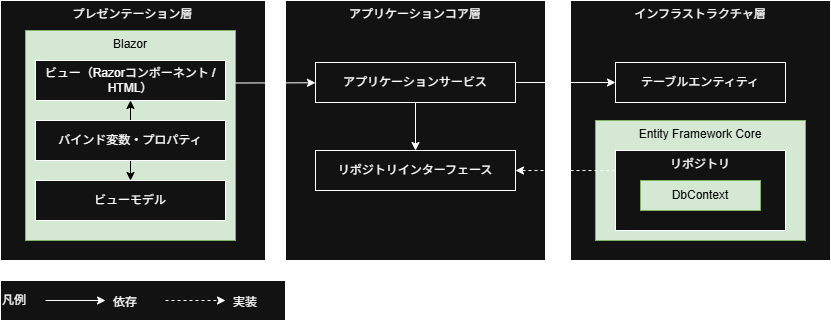
The draw.io diagram documents/contents/images/app-architecture/server-side-rendering/ssr-architecture-dark.png in AlesInfiny/maris, before a commit. Source tidied: cells renumbered, new cells last; positions are measured from the earlier drawing's top-left corner, leaving out a move shared by most shapes. Source of this version:
```xml
<mxGraphModel>
  <root>
    <mxCell id="0" />
    <mxCell id="1" parent="0" />
    <mxCell id="2" value="インフラストラクチャ層" style="rounded=0;whiteSpace=wrap;html=1;verticalAlign=top;" parent="1" vertex="1">
      <mxGeometry x="570" width="260" height="260" as="geometry" />
    </mxCell>
    <mxCell id="3" value="Entity Framework Core" style="rounded=0;whiteSpace=wrap;html=1;verticalAlign=top;fillColor=#d5e8d4;strokeColor=#82b366;fontColor=#000000;" parent="1" vertex="1">
      <mxGeometry x="595" y="120" width="210" height="120" as="geometry" />
    </mxCell>
    <mxCell id="4" value="プレゼンテーション層" style="rounded=0;whiteSpace=wrap;html=1;verticalAlign=top;" parent="1" vertex="1">
      <mxGeometry width="265" height="260" as="geometry" />
    </mxCell>
    <mxCell id="5" value="Blazor" style="rounded=0;whiteSpace=wrap;html=1;verticalAlign=top;fillColor=#d5e8d4;strokeColor=#82b366;fontColor=#000000;" parent="1" vertex="1">
      <mxGeometry x="25" y="30" width="210" height="210" as="geometry" />
    </mxCell>
    <mxCell id="6" value="ビュー（Razorコンポーネント / HTML）" style="rounded=0;whiteSpace=wrap;html=1;" parent="1" vertex="1">
      <mxGeometry x="35" y="60" width="190" height="40" as="geometry" />
    </mxCell>
    <mxCell id="7" style="edgeStyle=none;html=1;exitX=0.5;exitY=0;exitDx=0;exitDy=0;entryX=0.5;entryY=1;entryDx=0;entryDy=0;strokeColor=#000000;" parent="1" edge="1" source="9" target="6">
      <mxGeometry relative="1" as="geometry" />
    </mxCell>
    <mxCell id="8" style="edgeStyle=none;html=1;exitX=0.5;exitY=1;exitDx=0;exitDy=0;entryX=0.5;entryY=0;entryDx=0;entryDy=0;strokeColor=#000000;" parent="1" edge="1" source="9" target="10">
      <mxGeometry relative="1" as="geometry" />
    </mxCell>
    <mxCell id="9" value="バインド変数・プロパティ" style="rounded=0;whiteSpace=wrap;html=1;" parent="1" vertex="1">
      <mxGeometry x="35" y="120" width="190" height="40" as="geometry" />
    </mxCell>
    <mxCell id="10" value="ビューモデル" style="rounded=0;whiteSpace=wrap;html=1;" parent="1" vertex="1">
      <mxGeometry x="35" y="180" width="190" height="40" as="geometry" />
    </mxCell>
    <mxCell id="11" value="アプリケーションコア層" style="rounded=0;whiteSpace=wrap;html=1;verticalAlign=top;" parent="1" vertex="1">
      <mxGeometry x="285" width="260" height="260" as="geometry" />
    </mxCell>
    <mxCell id="12" style="edgeStyle=none;html=1;" parent="1" edge="1" source="14" target="15">
      <mxGeometry relative="1" as="geometry" />
    </mxCell>
    <mxCell id="13" style="edgeStyle=none;html=1;exitX=1;exitY=0.5;exitDx=0;exitDy=0;" parent="1" edge="1" source="14" target="16">
      <mxGeometry relative="1" as="geometry" />
    </mxCell>
    <mxCell id="14" value="アプリケーションサービス" style="rounded=0;whiteSpace=wrap;html=1;" parent="1" vertex="1">
      <mxGeometry x="315" y="62" width="200" height="40" as="geometry" />
    </mxCell>
    <mxCell id="15" value="リポジトリインターフェース" style="rounded=0;whiteSpace=wrap;html=1;" parent="1" vertex="1">
      <mxGeometry x="315" y="150" width="200" height="40" as="geometry" />
    </mxCell>
    <mxCell id="16" value="テーブルエンティティ" style="rounded=0;whiteSpace=wrap;html=1;" parent="1" vertex="1">
      <mxGeometry x="615" y="62" width="170" height="40" as="geometry" />
    </mxCell>
    <mxCell id="17" style="edgeStyle=none;html=1;exitX=0;exitY=0.25;exitDx=0;exitDy=0;entryX=1;entryY=0.5;entryDx=0;entryDy=0;dashed=1;" parent="1" edge="1" source="18" target="15">
      <mxGeometry relative="1" as="geometry" />
    </mxCell>
    <mxCell id="18" value="リポジトリ" style="rounded=0;whiteSpace=wrap;html=1;verticalAlign=top;" parent="1" vertex="1">
      <mxGeometry x="615" y="150" width="170" height="80" as="geometry" />
    </mxCell>
    <mxCell id="19" value="DbContext" style="rounded=0;whiteSpace=wrap;html=1;fillColor=#d5e8d4;strokeColor=#82b366;fontColor=#000000;" parent="1" vertex="1">
      <mxGeometry x="640" y="180" width="120" height="30" as="geometry" />
    </mxCell>
    <mxCell id="20" style="edgeStyle=none;html=1;exitX=1;exitY=0.25;exitDx=0;exitDy=0;" parent="1" edge="1" source="5" target="14">
      <mxGeometry relative="1" as="geometry" />
    </mxCell>
    <mxCell id="21" value="凡例" style="rounded=0;whiteSpace=wrap;html=1;verticalAlign=middle;align=left;" parent="1" vertex="1">
      <mxGeometry y="280" width="285" height="40" as="geometry" />
    </mxCell>
    <mxCell id="22" style="endArrow=classic;html=1;" parent="1" edge="1">
      <mxGeometry relative="1" as="geometry">
        <mxPoint x="45" y="300" as="sourcePoint" />
        <mxPoint x="105" y="300" as="targetPoint" />
      </mxGeometry>
    </mxCell>
    <mxCell id="23" value="依存" style="text;html=1;align=left;verticalAlign=middle;whiteSpace=wrap;rounded=0;" parent="1" vertex="1">
      <mxGeometry x="111" y="287" width="60" height="30" as="geometry" />
    </mxCell>
    <mxCell id="24" style="endArrow=classic;html=1;dashed=1;" parent="1" edge="1">
      <mxGeometry relative="1" as="geometry">
        <mxPoint x="165" y="300" as="sourcePoint" />
        <mxPoint x="225" y="300" as="targetPoint" />
      </mxGeometry>
    </mxCell>
    <mxCell id="25" value="実装" style="text;html=1;align=left;verticalAlign=middle;whiteSpace=wrap;rounded=0;" parent="1" vertex="1">
      <mxGeometry x="231" y="287" width="60" height="30" as="geometry" />
    </mxCell>
  </root>
</mxGraphModel>
```
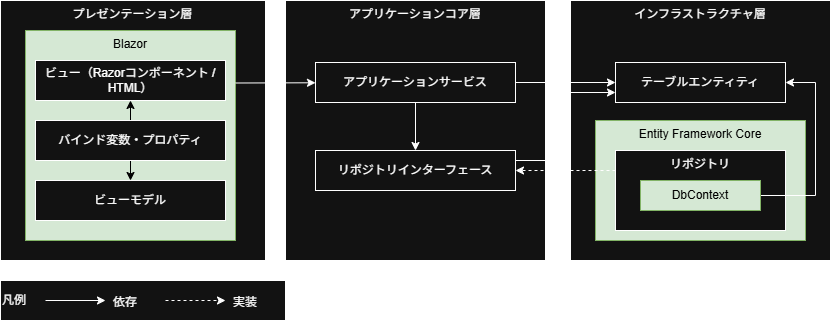
Later version of the same file.

Diff of the diagram source:
```diff
@@ -41,6 +41,9 @@
     <mxCell id="14" value="アプリケーションサービス" style="rounded=0;whiteSpace=wrap;html=1;" parent="1" vertex="1">
       <mxGeometry x="315" y="62" width="200" height="40" as="geometry" />
     </mxCell>
+    <mxCell id="26" style="edgeStyle=orthogonalEdgeStyle;rounded=0;jettySize=auto;html=1;exitX=1;exitY=0.25;exitDx=0;exitDy=0;entryX=0;entryY=0.75;entryDx=0;entryDy=0;" parent="1" edge="1" source="15" target="16">
+      <mxGeometry relative="1" as="geometry" />
+    </mxCell>
     <mxCell id="15" value="リポジトリインターフェース" style="rounded=0;whiteSpace=wrap;html=1;" parent="1" vertex="1">
       <mxGeometry x="315" y="150" width="200" height="40" as="geometry" />
     </mxCell>
@@ -53,6 +56,14 @@
     <mxCell id="18" value="リポジトリ" style="rounded=0;whiteSpace=wrap;html=1;verticalAlign=top;" parent="1" vertex="1">
       <mxGeometry x="615" y="150" width="170" height="80" as="geometry" />
     </mxCell>
+    <mxCell id="27" style="edgeStyle=orthogonalEdgeStyle;rounded=0;jettySize=auto;html=1;exitX=1;exitY=0.5;exitDx=0;exitDy=0;entryX=1;entryY=0.5;entryDx=0;entryDy=0;" parent="1" edge="1" source="19" target="16">
+      <mxGeometry relative="1" as="geometry">
+        <Array as="points">
+          <mxPoint x="815" y="195" />
+          <mxPoint x="815" y="82" />
+        </Array>
+      </mxGeometry>
+    </mxCell>
     <mxCell id="19" value="DbContext" style="rounded=0;whiteSpace=wrap;html=1;fillColor=#d5e8d4;strokeColor=#82b366;fontColor=#000000;" parent="1" vertex="1">
       <mxGeometry x="640" y="180" width="120" height="30" as="geometry" />
     </mxCell>
```
